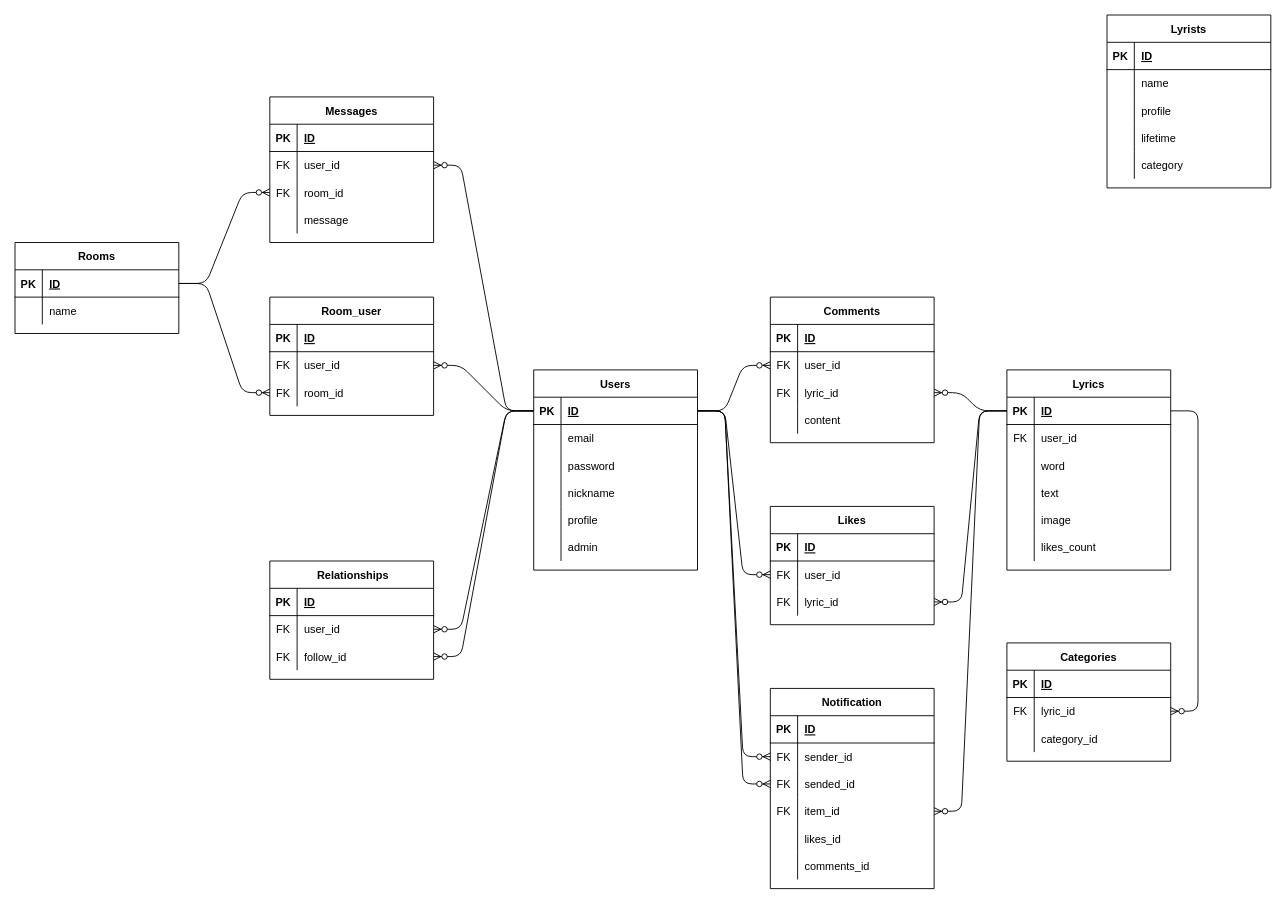
fmnature/lyricomic keeps this draw.io diagram as lyricomic.dio. Above is the earlier version. Source tidied: cells renumbered, new cells numbered last; positions are measured from the earlier drawing's top-left corner, leaving out a move shared by most shapes. Both pictures are drawn from the tidied source at 91%, with x=0, y=0 at pixel (15, 15).
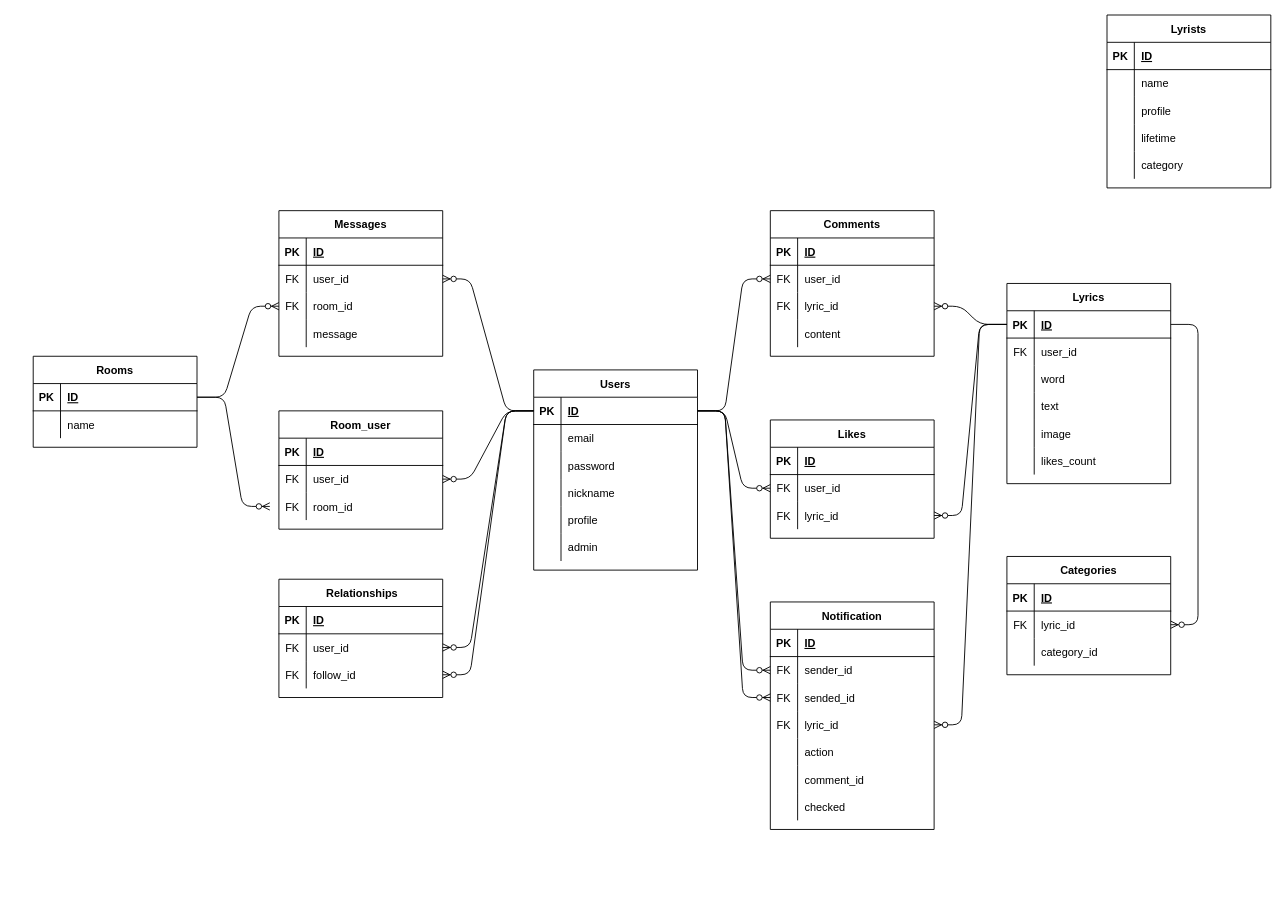
Above is the later version.

Unchanged cells that the change refers to:
```xml
<mxCell id="83" style="shape=partialRectangle;fillColor=none;top=0;left=0;bottom=0;right=0;points=[[0,0.5],[1,0.5]];portConstraint=eastwest;" parent="73" vertex="1">
  <mxGeometry y="120" width="180" height="30" as="geometry" />
</mxCell>
<mxCell id="86" style="shape=partialRectangle;fillColor=none;top=0;left=0;bottom=0;right=0;" parent="73" vertex="1">
  <mxGeometry y="150" width="180" height="30" as="geometry" />
</mxCell>
<mxCell id="89" style="shape=partialRectangle;fillColor=none;top=0;left=0;bottom=0;right=0;" parent="73" vertex="1">
  <mxGeometry y="180" width="180" height="30" as="geometry" />
</mxCell>
<mxCell id="111" style="shape=partialRectangle;fillColor=none;top=0;left=0;bottom=1;right=0;points=[[0,0.5],[1,0.5]];portConstraint=eastwest;" parent="110" vertex="1">
  <mxGeometry y="30" width="180" height="30" as="geometry" />
</mxCell>
```

What changed in the source:
```diff
@@
     <mxCell id="21" value="Lyrics" style="shape=table;startSize=30;childLayout=tableLayout;rowLines=0;fontStyle=1;align=center;" parent="1" vertex="1">
-      <mxGeometry x="1090" y="390" width="180" height="220" as="geometry" />
+      <mxGeometry x="1090" y="295" width="180" height="220" as="geometry" />
     </mxCell>
@@
     <mxCell id="40" value="Comments" style="shape=table;startSize=30;childLayout=tableLayout;rowLines=0;fontStyle=1;align=center;" parent="1" vertex="1">
-      <mxGeometry x="830" y="310" width="180" height="160" as="geometry" />
+      <mxGeometry x="830" y="215" width="180" height="160" as="geometry" />
     </mxCell>
@@
     <mxCell id="53" value="Categories" style="shape=table;startSize=30;childLayout=tableLayout;rowLines=0;fontStyle=1;align=center;" parent="1" vertex="1">
-      <mxGeometry x="1090" y="690" width="180" height="130" as="geometry" />
+      <mxGeometry x="1090" y="595" width="180" height="130" as="geometry" />
     </mxCell>
@@
     <mxCell id="63" value="Likes" style="shape=table;startSize=30;childLayout=tableLayout;rowLines=0;fontStyle=1;align=center;" parent="1" vertex="1">
-      <mxGeometry x="830" y="540" width="180" height="130" as="geometry" />
+      <mxGeometry x="830" y="445" width="180" height="130" as="geometry" />
     </mxCell>
@@
     <mxCell id="73" value="Notification" style="shape=table;startSize=30;childLayout=tableLayout;rowLines=0;fontStyle=1;align=center;" parent="1" vertex="1">
-      <mxGeometry x="830" y="740" width="180" height="220" as="geometry" />
+      <mxGeometry x="830" y="645" width="180" height="250" as="geometry" />
     </mxCell>
@@
-    <mxCell id="85" value="item_id" style="shape=partialRectangle;fillColor=none;top=0;left=0;bottom=0;right=0;align=left;spacingLeft=6;fontStyle=0;overflow=hidden;" parent="83" vertex="1">
+    <mxCell id="85" value="lyric_id" style="shape=partialRectangle;fillColor=none;top=0;left=0;bottom=0;right=0;align=left;spacingLeft=6;fontStyle=0;overflow=hidden;" parent="83" vertex="1">
       <mxGeometry x="30" width="150" height="30" as="geometry" />
     </mxCell>
@@
-    <mxCell id="87" style="shape=partialRectangle;fillColor=none;top=0;left=0;bottom=0;right=0;overflow=hidden;" parent="86" vertex="1">
-      <mxGeometry width="30" height="30" as="geometry" />
-    </mxCell>
-    <mxCell id="88" value="likes_id" style="shape=partialRectangle;fillColor=none;top=0;left=0;bottom=0;right=0;align=left;spacingLeft=6;overflow=hidden;" parent="86" vertex="1">
-      <mxGeometry x="30" width="150" height="30" as="geometry" />
-    </mxCell>
+    <mxCell id="162" style="shape=partialRectangle;fillColor=none;top=0;left=0;bottom=0;right=0;overflow=hidden;" parent="86" vertex="1">
+      <mxGeometry width="30" height="30" as="geometry" />
+    </mxCell>
+    <mxCell id="163" value="action" style="shape=partialRectangle;fillColor=none;top=0;left=0;bottom=0;right=0;align=left;spacingLeft=6;overflow=hidden;" parent="86" vertex="1">
+      <mxGeometry x="30" width="150" height="30" as="geometry" />
+    </mxCell>
@@
-    <mxCell id="91" value="comments_id" style="shape=partialRectangle;fillColor=none;top=0;left=0;bottom=0;right=0;align=left;spacingLeft=6;overflow=hidden;" parent="89" vertex="1">
+    <mxCell id="91" value="comment_id" style="shape=partialRectangle;fillColor=none;top=0;left=0;bottom=0;right=0;align=left;spacingLeft=6;overflow=hidden;" parent="89" vertex="1">
       <mxGeometry x="30" width="150" height="30" as="geometry" />
     </mxCell>
+    <mxCell id="164" style="shape=partialRectangle;fillColor=none;top=0;left=0;bottom=0;right=0;" parent="73" vertex="1">
+      <mxGeometry y="210" width="180" height="30" as="geometry" />
+    </mxCell>
+    <mxCell id="165" style="shape=partialRectangle;fillColor=none;top=0;left=0;bottom=0;right=0;overflow=hidden;" parent="164" vertex="1">
+      <mxGeometry width="30" height="30" as="geometry" />
+    </mxCell>
+    <mxCell id="166" value="checked" style="shape=partialRectangle;fillColor=none;top=0;left=0;bottom=0;right=0;align=left;spacingLeft=6;overflow=hidden;" parent="164" vertex="1">
+      <mxGeometry x="30" width="150" height="30" as="geometry" />
+    </mxCell>
     <mxCell id="92" value=" Relationships" style="shape=table;startSize=30;childLayout=tableLayout;rowLines=0;fontStyle=1;align=center;" parent="1" vertex="1">
-      <mxGeometry x="280" y="600" width="180" height="130" as="geometry" />
+      <mxGeometry x="290" y="620" width="180" height="130" as="geometry" />
     </mxCell>
@@
     <mxCell id="110" value="Rooms" style="shape=table;startSize=30;childLayout=tableLayout;rowLines=0;fontStyle=1;align=center;" parent="1" vertex="1">
-      <mxGeometry y="250" width="180" height="100" as="geometry" />
+      <mxGeometry x="20" y="375" width="180" height="100" as="geometry" />
     </mxCell>
@@
     <mxCell id="117" value="Messages" style="shape=table;startSize=30;childLayout=tableLayout;rowLines=0;fontStyle=1;align=center;" parent="1" vertex="1">
-      <mxGeometry x="280" y="90" width="180" height="160" as="geometry" />
+      <mxGeometry x="290" y="215" width="180" height="160" as="geometry" />
     </mxCell>
@@
     <mxCell id="130" value="Room_user" style="shape=table;startSize=30;childLayout=tableLayout;rowLines=0;fontStyle=1;align=center;" parent="1" vertex="1">
-      <mxGeometry x="280" y="310" width="180" height="130" as="geometry" />
+      <mxGeometry x="290" y="435" width="180" height="130" as="geometry" />
     </mxCell>
@@
     <mxCell id="142" style="edgeStyle=entityRelationEdgeStyle;fontSize=12;html=1;endArrow=ERzeroToMany;endFill=1;exitX=1;exitY=0.5;exitDx=0;exitDy=0;" parent="1" edge="1" source="111">
       <mxGeometry relative="1" as="geometry">
-        <mxPoint x="280" y="415" as="targetPoint" />
+        <mxPoint x="280" y="540" as="targetPoint" />
       </mxGeometry>
     </mxCell>
```
